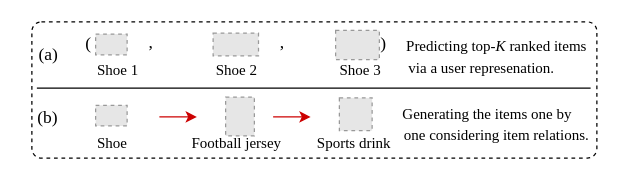
wenqisun/data keeps this draw.io diagram as issue2.drawio. Above is the earlier version. Source tidied: cells renumbered, new cells numbered last; positions are measured from the earlier drawing's top-left corner, leaving out a move shared by most shapes. Both pictures are drawn from the tidied source at 125%, with x=0, y=0 at pixel (21, 21). Pictures stored in the file or linked from it are replaced by grey dashed boxes.
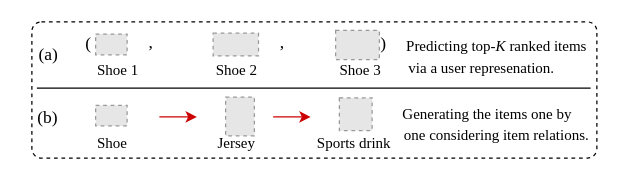
Above is the later version.

Diff of the diagram source:
```diff
@@
-    <mxCell id="4" value="&lt;font face=&quot;Times New Roman&quot; style=&quot;font-size: 12px;&quot;&gt;Football jersey&lt;/font&gt;" style="text;strokeColor=none;align=center;fillColor=none;html=1;verticalAlign=middle;whiteSpace=wrap;rounded=0;" parent="1" vertex="1">
-      <mxGeometry x="106.5" y="82.2" width="130" height="30" as="geometry" />
+    <mxCell id="4" value="&lt;font face=&quot;Times New Roman&quot; style=&quot;font-size: 12px;&quot;&gt;Jersey&lt;/font&gt;" style="text;strokeColor=none;align=center;fillColor=none;html=1;verticalAlign=middle;whiteSpace=wrap;rounded=0;" parent="1" vertex="1">
+      <mxGeometry x="137" y="82.2" width="70" height="30" as="geometry" />
     </mxCell>
```
